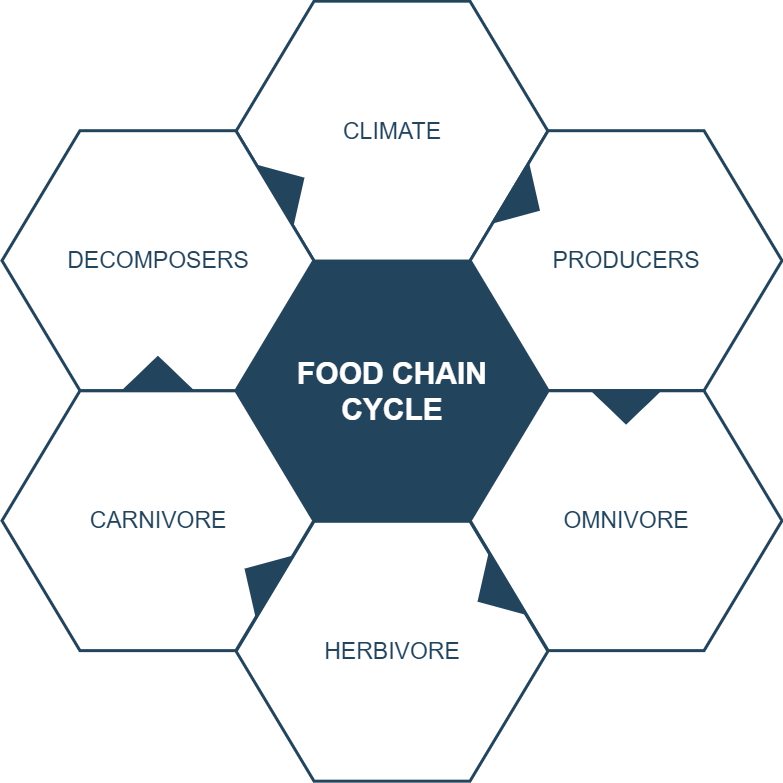
This is Untitled Diagram.png from shadynitesh22/new, a draw.io export, as it was before one commit. Source tidied: cells renumbered, new cells last; positions are measured from the earlier drawing's top-left corner, leaving out a move shared by most shapes.
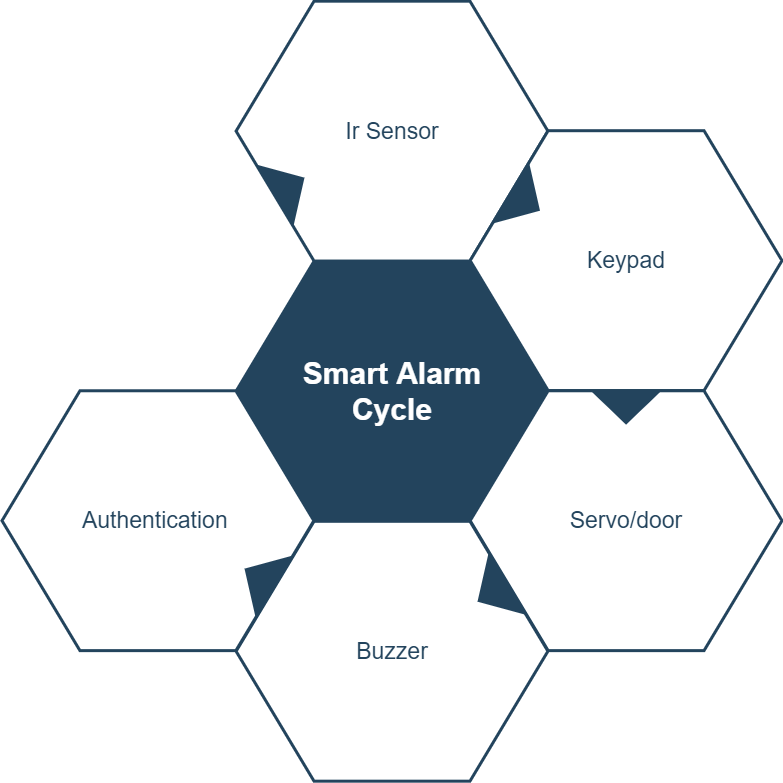
After the change.

The edit, as a diff of the source:
```diff
@@ -2,30 +2,27 @@
   <root>
     <mxCell id="0" />
     <mxCell id="1" parent="0" />
-    <mxCell id="2" value="&lt;font style=&quot;font-size: 30px&quot; color=&quot;#ffffff&quot;&gt;&lt;b&gt;&lt;span&gt;FOOD CHAIN&lt;/span&gt;&lt;br&gt;&lt;span&gt;CYCLE&lt;/span&gt;&lt;/b&gt;&lt;/font&gt;&lt;br&gt;" style="shape=hexagon;perimeter=hexagonPerimeter2;whiteSpace=wrap;html=1;shadow=0;labelBackgroundColor=none;strokeColor=#23445D;fillColor=#23445D;gradientColor=none;fontFamily=Helvetica;fontSize=23;fontColor=#23445d;align=center;strokeWidth=3;" parent="1" vertex="1">
+    <mxCell id="2" value="&lt;font color=&quot;#ffffff&quot;&gt;&lt;span style=&quot;font-size: 30px&quot;&gt;&lt;b&gt;Smart Alarm&lt;br&gt;Cycle&lt;br&gt;&lt;/b&gt;&lt;/span&gt;&lt;/font&gt;" style="shape=hexagon;perimeter=hexagonPerimeter2;whiteSpace=wrap;html=1;shadow=0;labelBackgroundColor=none;strokeColor=#23445D;fillColor=#23445D;gradientColor=none;fontFamily=Helvetica;fontSize=23;fontColor=#23445d;align=center;strokeWidth=3;" parent="1" vertex="1">
       <mxGeometry x="234.6" y="259.8" width="311.8" height="259.9" as="geometry" />
     </mxCell>
     <mxCell id="3" style="triangle;whiteSpace=wrap;html=1;shadow=0;labelBackgroundColor=none;strokeColor=none;fillColor=#FFFFFF;fontFamily=Helvetica;fontSize=17;fontColor=#23445d;align=center;rotation=90;gradientColor=none;flipV=1;flipH=1;opacity=20;" parent="1" vertex="1">
       <mxGeometry x="115.5" y="277.7" width="72" height="152" as="geometry" />
     </mxCell>
-    <mxCell id="4" value="&lt;font style=&quot;font-size: 23px&quot;&gt;CLIMATE&lt;/font&gt;" style="shape=hexagon;perimeter=hexagonPerimeter2;whiteSpace=wrap;html=1;shadow=0;labelBackgroundColor=none;strokeColor=#23445D;fillColor=#ffffff;gradientColor=none;fontFamily=Helvetica;fontSize=23;fontColor=#23445D;align=center;strokeWidth=3;" parent="1" vertex="1">
+    <mxCell id="4" value="Ir Sensor" style="shape=hexagon;perimeter=hexagonPerimeter2;whiteSpace=wrap;html=1;shadow=0;labelBackgroundColor=none;strokeColor=#23445D;fillColor=#ffffff;gradientColor=none;fontFamily=Helvetica;fontSize=23;fontColor=#23445D;align=center;strokeWidth=3;" parent="1" vertex="1">
       <mxGeometry x="234.6" y="-0.3" width="311.8" height="259.9" as="geometry" />
     </mxCell>
-    <mxCell id="5" value="&lt;font style=&quot;font-size: 23px&quot;&gt;PRODUCERS&lt;/font&gt;" style="shape=hexagon;perimeter=hexagonPerimeter2;whiteSpace=wrap;html=1;shadow=0;labelBackgroundColor=none;strokeColor=#23445D;fillColor=#FFFFFF;gradientColor=none;fontFamily=Helvetica;fontSize=23;fontColor=#23445d;align=center;strokeWidth=3;" parent="1" vertex="1">
+    <mxCell id="5" value="Keypad" style="shape=hexagon;perimeter=hexagonPerimeter2;whiteSpace=wrap;html=1;shadow=0;labelBackgroundColor=none;strokeColor=#23445D;fillColor=#FFFFFF;gradientColor=none;fontFamily=Helvetica;fontSize=23;fontColor=#23445d;align=center;strokeWidth=3;" parent="1" vertex="1">
       <mxGeometry x="468.7" y="129.2" width="311.8" height="259.9" as="geometry" />
     </mxCell>
-    <mxCell id="6" value="&lt;font style=&quot;font-size: 23px&quot;&gt;OMNIVORE&lt;/font&gt;" style="shape=hexagon;perimeter=hexagonPerimeter2;whiteSpace=wrap;html=1;shadow=0;labelBackgroundColor=none;strokeColor=#23445D;fillColor=#FFFFFF;gradientColor=none;fontFamily=Helvetica;fontSize=23;fontColor=#23445d;align=center;strokeWidth=3;" parent="1" vertex="1">
+    <mxCell id="6" value="Servo/door" style="shape=hexagon;perimeter=hexagonPerimeter2;whiteSpace=wrap;html=1;shadow=0;labelBackgroundColor=none;strokeColor=#23445D;fillColor=#FFFFFF;gradientColor=none;fontFamily=Helvetica;fontSize=23;fontColor=#23445d;align=center;strokeWidth=3;" parent="1" vertex="1">
       <mxGeometry x="468.7" y="389.3" width="311.8" height="259.9" as="geometry" />
     </mxCell>
-    <mxCell id="7" value="&lt;font style=&quot;font-size: 23px&quot;&gt;HERBIVORE&lt;/font&gt;" style="shape=hexagon;perimeter=hexagonPerimeter2;whiteSpace=wrap;html=1;shadow=0;labelBackgroundColor=none;strokeColor=#23445D;fillColor=#FFFFFF;gradientColor=none;fontFamily=Helvetica;fontSize=23;fontColor=#23445d;align=center;strokeWidth=3;" parent="1" vertex="1">
+    <mxCell id="7" value="Buzzer" style="shape=hexagon;perimeter=hexagonPerimeter2;whiteSpace=wrap;html=1;shadow=0;labelBackgroundColor=none;strokeColor=#23445D;fillColor=#FFFFFF;gradientColor=none;fontFamily=Helvetica;fontSize=23;fontColor=#23445d;align=center;strokeWidth=3;" parent="1" vertex="1">
       <mxGeometry x="234.6" y="519.8" width="311.8" height="259.9" as="geometry" />
     </mxCell>
-    <mxCell id="8" value="&lt;font style=&quot;font-size: 23px&quot;&gt;CARNIVORE&lt;/font&gt;" style="shape=hexagon;perimeter=hexagonPerimeter2;whiteSpace=wrap;html=1;shadow=0;labelBackgroundColor=none;strokeColor=#23445D;fillColor=#FFFFFF;gradientColor=none;fontFamily=Helvetica;fontSize=23;fontColor=#23445d;align=center;strokeWidth=3;" parent="1" vertex="1">
+    <mxCell id="8" value="Authentication&amp;nbsp;" style="shape=hexagon;perimeter=hexagonPerimeter2;whiteSpace=wrap;html=1;shadow=0;labelBackgroundColor=none;strokeColor=#23445D;fillColor=#FFFFFF;gradientColor=none;fontFamily=Helvetica;fontSize=23;fontColor=#23445d;align=center;strokeWidth=3;" parent="1" vertex="1">
       <mxGeometry x="0.5" y="389.3" width="311.8" height="259.9" as="geometry" />
     </mxCell>
-    <mxCell id="9" value="&lt;font style=&quot;font-size: 23px;&quot;&gt;DECOMPOSERS&lt;/font&gt;" style="shape=hexagon;perimeter=hexagonPerimeter2;whiteSpace=wrap;html=1;shadow=0;labelBackgroundColor=none;strokeColor=#23445D;fillColor=#ffffff;gradientColor=none;fontFamily=Helvetica;fontSize=23;fontColor=#23445D;align=center;strokeWidth=3;" parent="1" vertex="1">
-      <mxGeometry x="0.5" y="129.2" width="311.8" height="259.9" as="geometry" />
-    </mxCell>
     <mxCell id="10" style="triangle;whiteSpace=wrap;html=1;shadow=0;labelBackgroundColor=none;strokeColor=none;fillColor=#23445D;fontFamily=Helvetica;fontSize=17;fontColor=#23445d;align=center;rotation=31;gradientColor=none;strokeWidth=3;" parent="1" vertex="1">
       <mxGeometry x="506" y="163.7" width="35" height="73" as="geometry" />
     </mxCell>
@@ -41,8 +38,5 @@
     <mxCell id="14" style="triangle;whiteSpace=wrap;html=1;shadow=0;labelBackgroundColor=none;strokeColor=none;fillColor=#23445D;fontFamily=Helvetica;fontSize=17;fontColor=#23445d;align=center;rotation=90;gradientColor=none;strokeWidth=3;" parent="1" vertex="1">
       <mxGeometry x="607.1" y="369.2" width="35" height="73" as="geometry" />
     </mxCell>
-    <mxCell id="15" style="triangle;whiteSpace=wrap;html=1;shadow=0;labelBackgroundColor=none;strokeColor=none;fillColor=#23445D;fontFamily=Helvetica;fontSize=17;fontColor=#23445d;align=center;rotation=90;gradientColor=none;flipH=1;strokeWidth=3;" parent="1" vertex="1">
-      <mxGeometry x="138.9" y="335.2" width="35" height="73" as="geometry" />
-    </mxCell>
   </root>
 </mxGraphModel>
```
